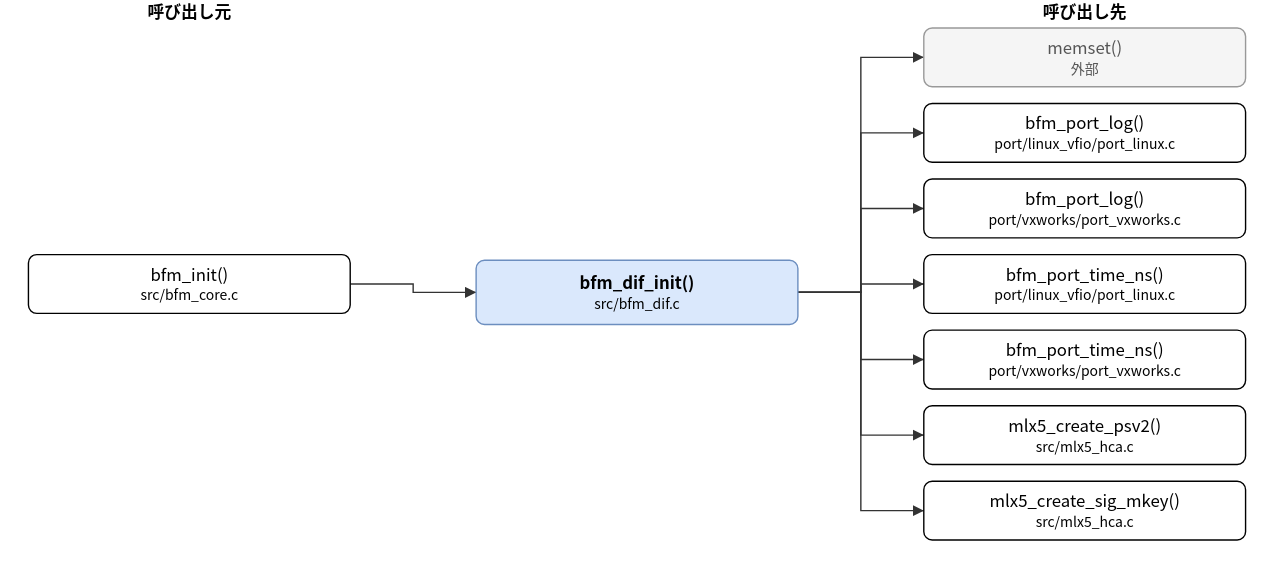
This is doc/spec/images/call_src_bfm_dif-bfm_dif_init.drawio.svg from hf355051012-ai/bfmem, a draw.io export, as it was before one commit. Source tidied: cells renumbered, new cells last; positions are measured from the earlier drawing's top-left corner, leaving out a move shared by most shapes.
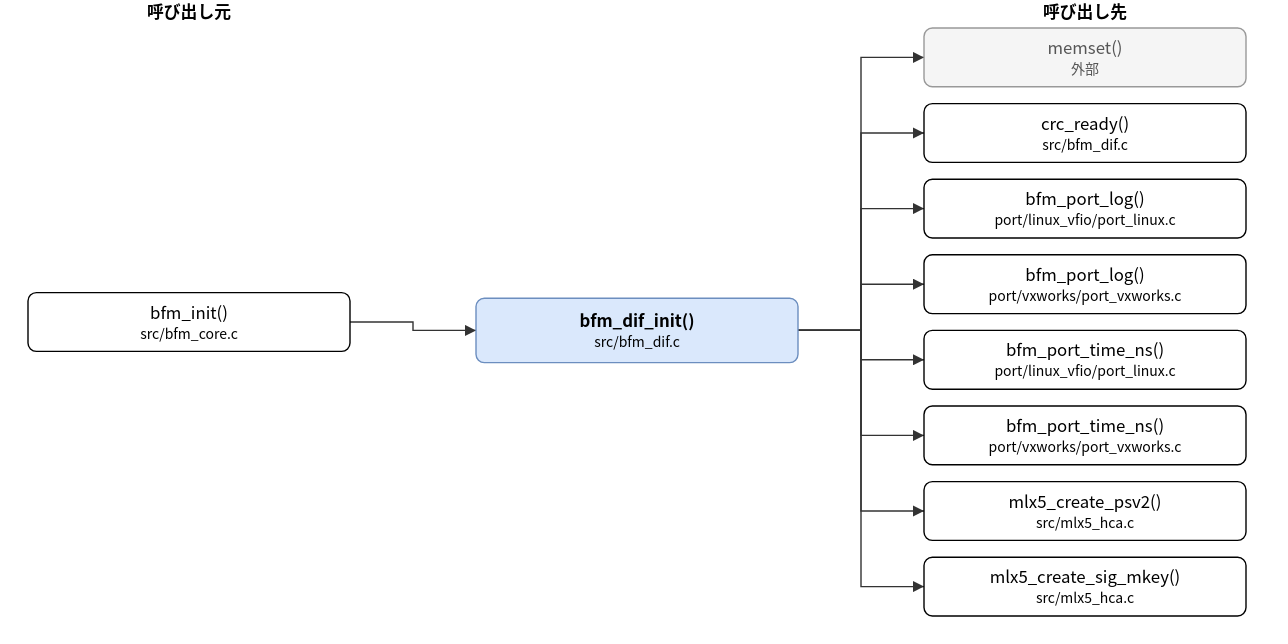
After the commit.

Diff of the diagram source:
```diff
@@ -3,44 +3,47 @@
     <mxCell id="0" />
     <mxCell id="1" parent="0" />
     <mxCell id="2" value="bfm_dif_init()&lt;br&gt;&lt;font style=&quot;font-size:10px&quot;&gt;src/bfm_dif.c&lt;/font&gt;" style="rounded=1;whiteSpace=wrap;html=1;fillColor=#dae8fc;strokeColor=#6c8ebf;fontStyle=1;" parent="1" vertex="1">
-      <mxGeometry x="320" y="186" width="230" height="46" as="geometry" />
+      <mxGeometry x="320" y="213" width="230" height="46" as="geometry" />
     </mxCell>
     <mxCell id="3" value="bfm_init()&lt;br&gt;&lt;font style=&quot;font-size:10px&quot;&gt;src/bfm_core.c&lt;/font&gt;" style="rounded=1;whiteSpace=wrap;html=1;" parent="1" vertex="1">
-      <mxGeometry y="182" width="230" height="42" as="geometry" />
+      <mxGeometry y="209" width="230" height="42" as="geometry" />
     </mxCell>
     <mxCell id="4" value="memset()&lt;br&gt;&lt;font style=&quot;font-size:10px&quot;&gt;外部&lt;/font&gt;" style="rounded=1;whiteSpace=wrap;html=1;fillColor=#f5f5f5;strokeColor=#999999;fontColor=#555555;" parent="1" vertex="1">
       <mxGeometry x="640" y="20" width="230" height="42" as="geometry" />
     </mxCell>
-    <mxCell id="5" value="bfm_port_log()&lt;br&gt;&lt;font style=&quot;font-size:10px&quot;&gt;port/linux_vfio/port_linux.c&lt;/font&gt;" style="rounded=1;whiteSpace=wrap;html=1;" parent="1" vertex="1">
+    <mxCell id="5" value="crc_ready()&lt;br&gt;&lt;font style=&quot;font-size:10px&quot;&gt;src/bfm_dif.c&lt;/font&gt;" style="rounded=1;whiteSpace=wrap;html=1;" parent="1" vertex="1">
       <mxGeometry x="640" y="74" width="230" height="42" as="geometry" />
     </mxCell>
-    <mxCell id="6" value="bfm_port_log()&lt;br&gt;&lt;font style=&quot;font-size:10px&quot;&gt;port/vxworks/port_vxworks.c&lt;/font&gt;" style="rounded=1;whiteSpace=wrap;html=1;" parent="1" vertex="1">
+    <mxCell id="6" value="bfm_port_log()&lt;br&gt;&lt;font style=&quot;font-size:10px&quot;&gt;port/linux_vfio/port_linux.c&lt;/font&gt;" style="rounded=1;whiteSpace=wrap;html=1;" parent="1" vertex="1">
       <mxGeometry x="640" y="128" width="230" height="42" as="geometry" />
     </mxCell>
-    <mxCell id="7" value="bfm_port_time_ns()&lt;br&gt;&lt;font style=&quot;font-size:10px&quot;&gt;port/linux_vfio/port_linux.c&lt;/font&gt;" style="rounded=1;whiteSpace=wrap;html=1;" parent="1" vertex="1">
+    <mxCell id="7" value="bfm_port_log()&lt;br&gt;&lt;font style=&quot;font-size:10px&quot;&gt;port/vxworks/port_vxworks.c&lt;/font&gt;" style="rounded=1;whiteSpace=wrap;html=1;" parent="1" vertex="1">
       <mxGeometry x="640" y="182" width="230" height="42" as="geometry" />
     </mxCell>
-    <mxCell id="8" value="bfm_port_time_ns()&lt;br&gt;&lt;font style=&quot;font-size:10px&quot;&gt;port/vxworks/port_vxworks.c&lt;/font&gt;" style="rounded=1;whiteSpace=wrap;html=1;" parent="1" vertex="1">
+    <mxCell id="8" value="bfm_port_time_ns()&lt;br&gt;&lt;font style=&quot;font-size:10px&quot;&gt;port/linux_vfio/port_linux.c&lt;/font&gt;" style="rounded=1;whiteSpace=wrap;html=1;" parent="1" vertex="1">
       <mxGeometry x="640" y="236" width="230" height="42" as="geometry" />
     </mxCell>
-    <mxCell id="9" value="mlx5_create_psv2()&lt;br&gt;&lt;font style=&quot;font-size:10px&quot;&gt;src/mlx5_hca.c&lt;/font&gt;" style="rounded=1;whiteSpace=wrap;html=1;" parent="1" vertex="1">
+    <mxCell id="9" value="bfm_port_time_ns()&lt;br&gt;&lt;font style=&quot;font-size:10px&quot;&gt;port/vxworks/port_vxworks.c&lt;/font&gt;" style="rounded=1;whiteSpace=wrap;html=1;" parent="1" vertex="1">
       <mxGeometry x="640" y="290" width="230" height="42" as="geometry" />
     </mxCell>
-    <mxCell id="10" value="mlx5_create_sig_mkey()&lt;br&gt;&lt;font style=&quot;font-size:10px&quot;&gt;src/mlx5_hca.c&lt;/font&gt;" style="rounded=1;whiteSpace=wrap;html=1;" parent="1" vertex="1">
+    <mxCell id="10" value="mlx5_create_psv2()&lt;br&gt;&lt;font style=&quot;font-size:10px&quot;&gt;src/mlx5_hca.c&lt;/font&gt;" style="rounded=1;whiteSpace=wrap;html=1;" parent="1" vertex="1">
       <mxGeometry x="640" y="344" width="230" height="42" as="geometry" />
     </mxCell>
+    <mxCell id="21" value="mlx5_create_sig_mkey()&lt;br&gt;&lt;font style=&quot;font-size:10px&quot;&gt;src/mlx5_hca.c&lt;/font&gt;" style="rounded=1;whiteSpace=wrap;html=1;" parent="1" vertex="1">
+      <mxGeometry x="640" y="398" width="230" height="42" as="geometry" />
+    </mxCell>
     <mxCell id="11" style="edgeStyle=none;html=1;rounded=0;endArrow=block;endFill=1;exitX=1.0000;exitY=0.5000;exitDx=0;exitDy=0;exitPerimeter=0;entryX=0.0000;entryY=0.5000;entryDx=0;entryDy=0;entryPerimeter=0;" parent="1" edge="1" source="3" target="2">
       <mxGeometry relative="1" as="geometry">
         <Array as="points">
-          <mxPoint x="275" y="203" />
-          <mxPoint x="275" y="209" />
+          <mxPoint x="275" y="230" />
+          <mxPoint x="275" y="236" />
         </Array>
       </mxGeometry>
     </mxCell>
     <mxCell id="12" style="edgeStyle=none;html=1;rounded=0;endArrow=block;endFill=1;exitX=1.0000;exitY=0.5000;exitDx=0;exitDy=0;exitPerimeter=0;entryX=0.0000;entryY=0.5000;entryDx=0;entryDy=0;entryPerimeter=0;" parent="1" edge="1" source="2" target="4">
       <mxGeometry relative="1" as="geometry">
         <Array as="points">
-          <mxPoint x="595" y="209" />
+          <mxPoint x="595" y="236" />
           <mxPoint x="595" y="41" />
         </Array>
       </mxGeometry>
@@ -48,7 +51,7 @@
     <mxCell id="13" style="edgeStyle=none;html=1;rounded=0;endArrow=block;endFill=1;exitX=1.0000;exitY=0.5000;exitDx=0;exitDy=0;exitPerimeter=0;entryX=0.0000;entryY=0.5000;entryDx=0;entryDy=0;entryPerimeter=0;" parent="1" edge="1" source="2" target="5">
       <mxGeometry relative="1" as="geometry">
         <Array as="points">
-          <mxPoint x="595" y="209" />
+          <mxPoint x="595" y="236" />
           <mxPoint x="595" y="95" />
         </Array>
       </mxGeometry>
@@ -56,7 +59,7 @@
     <mxCell id="14" style="edgeStyle=none;html=1;rounded=0;endArrow=block;endFill=1;exitX=1.0000;exitY=0.5000;exitDx=0;exitDy=0;exitPerimeter=0;entryX=0.0000;entryY=0.5000;entryDx=0;entryDy=0;entryPerimeter=0;" parent="1" edge="1" source="2" target="6">
       <mxGeometry relative="1" as="geometry">
         <Array as="points">
-          <mxPoint x="595" y="209" />
+          <mxPoint x="595" y="236" />
           <mxPoint x="595" y="149" />
         </Array>
       </mxGeometry>
@@ -64,7 +67,7 @@
     <mxCell id="15" style="edgeStyle=none;html=1;rounded=0;endArrow=block;endFill=1;exitX=1.0000;exitY=0.5000;exitDx=0;exitDy=0;exitPerimeter=0;entryX=0.0000;entryY=0.5000;entryDx=0;entryDy=0;entryPerimeter=0;" parent="1" edge="1" source="2" target="7">
       <mxGeometry relative="1" as="geometry">
         <Array as="points">
-          <mxPoint x="595" y="209" />
+          <mxPoint x="595" y="236" />
           <mxPoint x="595" y="203" />
         </Array>
       </mxGeometry>
@@ -72,7 +75,7 @@
     <mxCell id="16" style="edgeStyle=none;html=1;rounded=0;endArrow=block;endFill=1;exitX=1.0000;exitY=0.5000;exitDx=0;exitDy=0;exitPerimeter=0;entryX=0.0000;entryY=0.5000;entryDx=0;entryDy=0;entryPerimeter=0;" parent="1" edge="1" source="2" target="8">
       <mxGeometry relative="1" as="geometry">
         <Array as="points">
-          <mxPoint x="595" y="209" />
+          <mxPoint x="595" y="236" />
           <mxPoint x="595" y="257" />
         </Array>
       </mxGeometry>
@@ -80,7 +83,7 @@
     <mxCell id="17" style="edgeStyle=none;html=1;rounded=0;endArrow=block;endFill=1;exitX=1.0000;exitY=0.5000;exitDx=0;exitDy=0;exitPerimeter=0;entryX=0.0000;entryY=0.5000;entryDx=0;entryDy=0;entryPerimeter=0;" parent="1" edge="1" source="2" target="9">
       <mxGeometry relative="1" as="geometry">
         <Array as="points">
-          <mxPoint x="595" y="209" />
+          <mxPoint x="595" y="236" />
           <mxPoint x="595" y="311" />
         </Array>
       </mxGeometry>
@@ -88,11 +91,19 @@
     <mxCell id="18" style="edgeStyle=none;html=1;rounded=0;endArrow=block;endFill=1;exitX=1.0000;exitY=0.5000;exitDx=0;exitDy=0;exitPerimeter=0;entryX=0.0000;entryY=0.5000;entryDx=0;entryDy=0;entryPerimeter=0;" parent="1" edge="1" source="2" target="10">
       <mxGeometry relative="1" as="geometry">
         <Array as="points">
-          <mxPoint x="595" y="209" />
+          <mxPoint x="595" y="236" />
           <mxPoint x="595" y="365" />
         </Array>
       </mxGeometry>
     </mxCell>
+    <mxCell id="22" style="edgeStyle=none;html=1;rounded=0;endArrow=block;endFill=1;exitX=1.0000;exitY=0.5000;exitDx=0;exitDy=0;exitPerimeter=0;entryX=0.0000;entryY=0.5000;entryDx=0;entryDy=0;entryPerimeter=0;" parent="1" edge="1" source="2" target="21">
+      <mxGeometry relative="1" as="geometry">
+        <Array as="points">
+          <mxPoint x="595" y="236" />
+          <mxPoint x="595" y="419" />
+        </Array>
+      </mxGeometry>
+    </mxCell>
     <mxCell id="19" value="呼び出し元" style="text;html=1;align=center;fontStyle=1;" parent="1" vertex="1">
       <mxGeometry x="35" width="160" height="18" as="geometry" />
     </mxCell>
```
